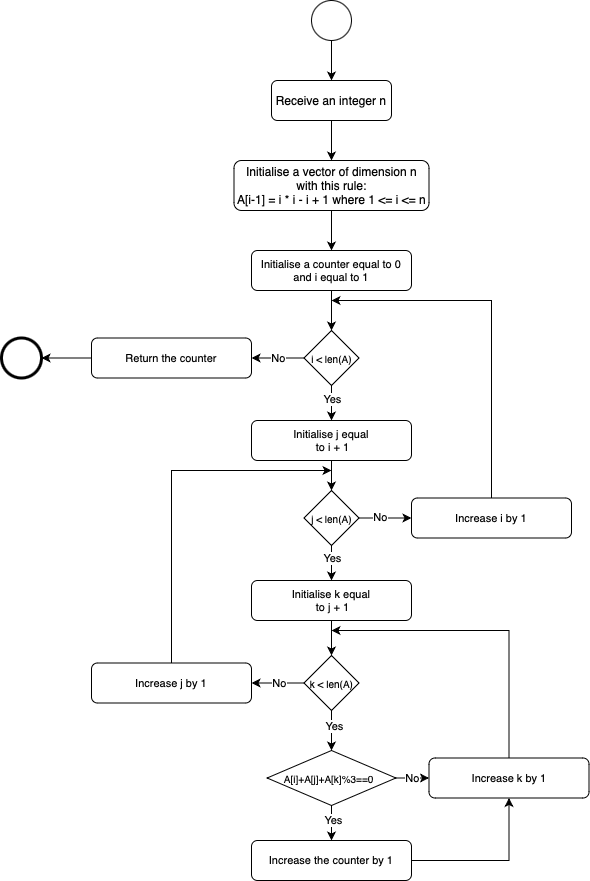
Above: data/human_eval/p147/bpmn/l3.drawio.png in carlodenardin/svlm (draw.io), before the change. Source tidied: cells renumbered, new cells last; positions are measured from the earlier drawing's top-left corner, leaving out a move shared by most shapes. Source of this version:
```xml
<mxGraphModel background="#ffffff">
  <root>
    <mxCell id="0" />
    <mxCell id="1" parent="0" />
    <mxCell id="2" style="edgeStyle=orthogonalEdgeStyle;rounded=0;jettySize=auto;html=1;exitX=0.5;exitY=1;exitDx=0;exitDy=0;entryX=0.5;entryY=0;entryDx=0;entryDy=0;" parent="1" edge="1" source="3" target="5">
      <mxGeometry relative="1" as="geometry" />
    </mxCell>
    <mxCell id="3" style="ellipse;whiteSpace=wrap;html=1;" parent="1" vertex="1">
      <mxGeometry x="310" width="40" height="40" as="geometry" />
    </mxCell>
    <mxCell id="4" style="edgeStyle=orthogonalEdgeStyle;rounded=0;jettySize=auto;html=1;exitX=0.5;exitY=1;exitDx=0;exitDy=0;entryX=0.5;entryY=0;entryDx=0;entryDy=0;" parent="1" edge="1" source="5" target="7">
      <mxGeometry relative="1" as="geometry" />
    </mxCell>
    <mxCell id="5" value="Receive an integer n" style="rounded=1;whiteSpace=wrap;html=1;" parent="1" vertex="1">
      <mxGeometry x="270" y="80" width="120" height="40" as="geometry" />
    </mxCell>
    <mxCell id="6" style="edgeStyle=orthogonalEdgeStyle;rounded=0;jettySize=auto;html=1;exitX=0.5;exitY=1;exitDx=0;exitDy=0;entryX=0.5;entryY=0;entryDx=0;entryDy=0;" parent="1" edge="1" source="7" target="9">
      <mxGeometry relative="1" as="geometry" />
    </mxCell>
    <mxCell id="7" value="Initialise a vector of dimension n with this rule:&lt;div&gt;A[i-1] = i * i - i + 1 where 1 &amp;lt;= i &amp;lt;= n&lt;/div&gt;" style="rounded=1;whiteSpace=wrap;html=1;" parent="1" vertex="1">
      <mxGeometry x="232.5" y="160" width="195" height="50" as="geometry" />
    </mxCell>
    <mxCell id="8" style="edgeStyle=orthogonalEdgeStyle;rounded=0;jettySize=auto;html=1;exitX=0.5;exitY=1;exitDx=0;exitDy=0;entryX=0.5;entryY=0;entryDx=0;entryDy=0;" parent="1" edge="1" source="9" target="16">
      <mxGeometry relative="1" as="geometry" />
    </mxCell>
    <mxCell id="9" value="Initialise a counter equal to 0 and i equal to 1" style="rounded=1;whiteSpace=wrap;html=1;fontSize=11;" parent="1" vertex="1">
      <mxGeometry x="250" y="250" width="160" height="40" as="geometry" />
    </mxCell>
    <mxCell id="10" style="ellipse;whiteSpace=wrap;html=1;strokeWidth=3;" parent="1" vertex="1">
      <mxGeometry y="337.5" width="40" height="40" as="geometry" />
    </mxCell>
    <mxCell id="11" style="edgeStyle=orthogonalEdgeStyle;rounded=0;jettySize=auto;html=1;exitX=0.5;exitY=1;exitDx=0;exitDy=0;entryX=0.5;entryY=0;entryDx=0;entryDy=0;" parent="1" edge="1" source="12" target="21">
      <mxGeometry relative="1" as="geometry" />
    </mxCell>
    <mxCell id="12" value="Initialise j equal&lt;div&gt;&amp;nbsp;to i + 1&lt;/div&gt;" style="rounded=1;whiteSpace=wrap;html=1;fontSize=11;" parent="1" vertex="1">
      <mxGeometry x="250" y="420" width="160" height="40" as="geometry" />
    </mxCell>
    <mxCell id="13" value="No" style="edgeStyle=orthogonalEdgeStyle;rounded=0;jettySize=auto;html=1;exitX=0;exitY=0.5;exitDx=0;exitDy=0;entryX=1;entryY=0.5;entryDx=0;entryDy=0;" parent="1" edge="1" source="16" target="23">
      <mxGeometry relative="1" as="geometry" />
    </mxCell>
    <mxCell id="14" style="edgeStyle=orthogonalEdgeStyle;rounded=0;jettySize=auto;html=1;exitX=0.5;exitY=1;exitDx=0;exitDy=0;entryX=0.5;entryY=0;entryDx=0;entryDy=0;" parent="1" edge="1" source="16" target="12">
      <mxGeometry relative="1" as="geometry" />
    </mxCell>
    <mxCell id="15" value="Yes" style="edgeLabel;html=1;align=center;verticalAlign=middle;" parent="14" vertex="1">
      <mxGeometry x="-0.26" relative="1" as="geometry" />
    </mxCell>
    <mxCell id="16" value="i &amp;lt; len(A)" style="rhombus;whiteSpace=wrap;html=1;fontSize=10;" parent="1" vertex="1">
      <mxGeometry x="302.5" y="330" width="55" height="55" as="geometry" />
    </mxCell>
    <mxCell id="17" style="edgeStyle=orthogonalEdgeStyle;rounded=0;jettySize=auto;html=1;exitX=0.5;exitY=1;exitDx=0;exitDy=0;entryX=0.5;entryY=0;entryDx=0;entryDy=0;" parent="1" edge="1" source="21" target="27">
      <mxGeometry relative="1" as="geometry" />
    </mxCell>
    <mxCell id="18" value="Yes" style="edgeLabel;html=1;align=center;verticalAlign=middle;" parent="17" vertex="1">
      <mxGeometry x="-0.3" relative="1" as="geometry" />
    </mxCell>
    <mxCell id="19" style="edgeStyle=orthogonalEdgeStyle;rounded=0;jettySize=auto;html=1;exitX=1;exitY=0.5;exitDx=0;exitDy=0;entryX=0;entryY=0.5;entryDx=0;entryDy=0;" parent="1" edge="1" source="21" target="25">
      <mxGeometry relative="1" as="geometry" />
    </mxCell>
    <mxCell id="20" value="No" style="edgeLabel;html=1;align=center;verticalAlign=middle;" parent="19" vertex="1">
      <mxGeometry x="-0.19" relative="1" as="geometry">
        <mxPoint y="-1" as="offset" />
      </mxGeometry>
    </mxCell>
    <mxCell id="21" value="j &amp;lt; len(A)" style="rhombus;whiteSpace=wrap;html=1;fontSize=10;" parent="1" vertex="1">
      <mxGeometry x="302.5" y="490" width="55" height="55" as="geometry" />
    </mxCell>
    <mxCell id="22" style="edgeStyle=orthogonalEdgeStyle;rounded=0;jettySize=auto;html=1;exitX=0;exitY=0.5;exitDx=0;exitDy=0;entryX=1;entryY=0.5;entryDx=0;entryDy=0;" parent="1" edge="1" source="23" target="10">
      <mxGeometry relative="1" as="geometry" />
    </mxCell>
    <mxCell id="23" value="Return the counter" style="rounded=1;whiteSpace=wrap;html=1;fontSize=11;" parent="1" vertex="1">
      <mxGeometry x="90" y="337.5" width="160" height="40" as="geometry" />
    </mxCell>
    <mxCell id="24" style="edgeStyle=orthogonalEdgeStyle;rounded=0;jettySize=auto;html=1;exitX=0.5;exitY=0;exitDx=0;exitDy=0;" parent="1" edge="1" source="25">
      <mxGeometry relative="1" as="geometry">
        <mxPoint x="330" y="300" as="targetPoint" />
        <Array as="points">
          <mxPoint x="490" y="300" />
        </Array>
      </mxGeometry>
    </mxCell>
    <mxCell id="25" value="Increase i by 1" style="rounded=1;whiteSpace=wrap;html=1;fontSize=11;" parent="1" vertex="1">
      <mxGeometry x="410" y="497.5" width="160" height="40" as="geometry" />
    </mxCell>
    <mxCell id="26" style="edgeStyle=orthogonalEdgeStyle;rounded=0;jettySize=auto;html=1;exitX=0.5;exitY=1;exitDx=0;exitDy=0;entryX=0.5;entryY=0;entryDx=0;entryDy=0;" parent="1" edge="1" source="27" target="32">
      <mxGeometry relative="1" as="geometry" />
    </mxCell>
    <mxCell id="27" value="Initialise k equal&lt;div&gt;&amp;nbsp;to j + 1&lt;/div&gt;" style="rounded=1;whiteSpace=wrap;html=1;fontSize=11;" parent="1" vertex="1">
      <mxGeometry x="250" y="580" width="160" height="40" as="geometry" />
    </mxCell>
    <mxCell id="28" style="edgeStyle=orthogonalEdgeStyle;rounded=0;jettySize=auto;html=1;exitX=0;exitY=0.5;exitDx=0;exitDy=0;entryX=1;entryY=0.5;entryDx=0;entryDy=0;" parent="1" edge="1" source="32" target="34">
      <mxGeometry relative="1" as="geometry" />
    </mxCell>
    <mxCell id="29" value="No" style="edgeLabel;html=1;align=center;verticalAlign=middle;" parent="28" vertex="1">
      <mxGeometry x="0.11" y="1" relative="1" as="geometry">
        <mxPoint x="4" y="-1" as="offset" />
      </mxGeometry>
    </mxCell>
    <mxCell id="30" style="edgeStyle=orthogonalEdgeStyle;rounded=0;jettySize=auto;html=1;exitX=0.5;exitY=1;exitDx=0;exitDy=0;entryX=0.5;entryY=0;entryDx=0;entryDy=0;" parent="1" edge="1" source="32" target="39">
      <mxGeometry relative="1" as="geometry" />
    </mxCell>
    <mxCell id="31" value="Yes" style="edgeLabel;html=1;align=center;verticalAlign=middle;" parent="30" vertex="1">
      <mxGeometry x="-0.19" y="2" relative="1" as="geometry" />
    </mxCell>
    <mxCell id="32" value="k &amp;lt; len(A)" style="rhombus;whiteSpace=wrap;html=1;fontSize=10;" parent="1" vertex="1">
      <mxGeometry x="302.5" y="655" width="55" height="55" as="geometry" />
    </mxCell>
    <mxCell id="33" style="edgeStyle=orthogonalEdgeStyle;rounded=0;jettySize=auto;html=1;exitX=0.5;exitY=0;exitDx=0;exitDy=0;" parent="1" edge="1" source="34">
      <mxGeometry relative="1" as="geometry">
        <mxPoint x="330" y="470" as="targetPoint" />
        <Array as="points">
          <mxPoint x="170" y="470" />
        </Array>
      </mxGeometry>
    </mxCell>
    <mxCell id="34" value="Increase j by 1" style="rounded=1;whiteSpace=wrap;html=1;fontSize=11;" parent="1" vertex="1">
      <mxGeometry x="90" y="662.5" width="160" height="40" as="geometry" />
    </mxCell>
    <mxCell id="35" style="edgeStyle=orthogonalEdgeStyle;rounded=0;jettySize=auto;html=1;exitX=0.5;exitY=1;exitDx=0;exitDy=0;entryX=0.5;entryY=0;entryDx=0;entryDy=0;" parent="1" edge="1" source="39" target="41">
      <mxGeometry relative="1" as="geometry" />
    </mxCell>
    <mxCell id="36" value="Yes" style="edgeLabel;html=1;align=center;verticalAlign=middle;" parent="35" vertex="1">
      <mxGeometry x="-0.18" y="1" relative="1" as="geometry" />
    </mxCell>
    <mxCell id="37" style="edgeStyle=orthogonalEdgeStyle;rounded=0;jettySize=auto;html=1;exitX=1;exitY=0.5;exitDx=0;exitDy=0;entryX=0;entryY=0.5;entryDx=0;entryDy=0;" parent="1" edge="1" source="39" target="43">
      <mxGeometry relative="1" as="geometry" />
    </mxCell>
    <mxCell id="38" value="No" style="edgeLabel;html=1;align=center;verticalAlign=middle;" parent="37" vertex="1">
      <mxGeometry x="-0.02" relative="1" as="geometry" />
    </mxCell>
    <mxCell id="39" value="A[i]+A[j]+A[k]%3==0 &amp;nbsp;" style="rhombus;whiteSpace=wrap;html=1;fontSize=10;" parent="1" vertex="1">
      <mxGeometry x="265.6" y="750" width="128.8" height="55" as="geometry" />
    </mxCell>
    <mxCell id="40" style="edgeStyle=orthogonalEdgeStyle;rounded=0;jettySize=auto;html=1;exitX=1;exitY=0.5;exitDx=0;exitDy=0;entryX=0.5;entryY=1;entryDx=0;entryDy=0;" parent="1" edge="1" source="41" target="43">
      <mxGeometry relative="1" as="geometry" />
    </mxCell>
    <mxCell id="41" value="Increase the counter by 1" style="rounded=1;whiteSpace=wrap;html=1;fontSize=11;" parent="1" vertex="1">
      <mxGeometry x="250" y="840" width="160" height="40" as="geometry" />
    </mxCell>
    <mxCell id="42" style="edgeStyle=orthogonalEdgeStyle;rounded=0;jettySize=auto;html=1;exitX=0.5;exitY=0;exitDx=0;exitDy=0;" parent="1" edge="1" source="43">
      <mxGeometry relative="1" as="geometry">
        <mxPoint x="330" y="630" as="targetPoint" />
        <Array as="points">
          <mxPoint x="508" y="630" />
        </Array>
      </mxGeometry>
    </mxCell>
    <mxCell id="43" value="Increase k by 1" style="rounded=1;whiteSpace=wrap;html=1;fontSize=11;" parent="1" vertex="1">
      <mxGeometry x="427.5" y="757.5" width="160" height="40" as="geometry" />
    </mxCell>
  </root>
</mxGraphModel>
```
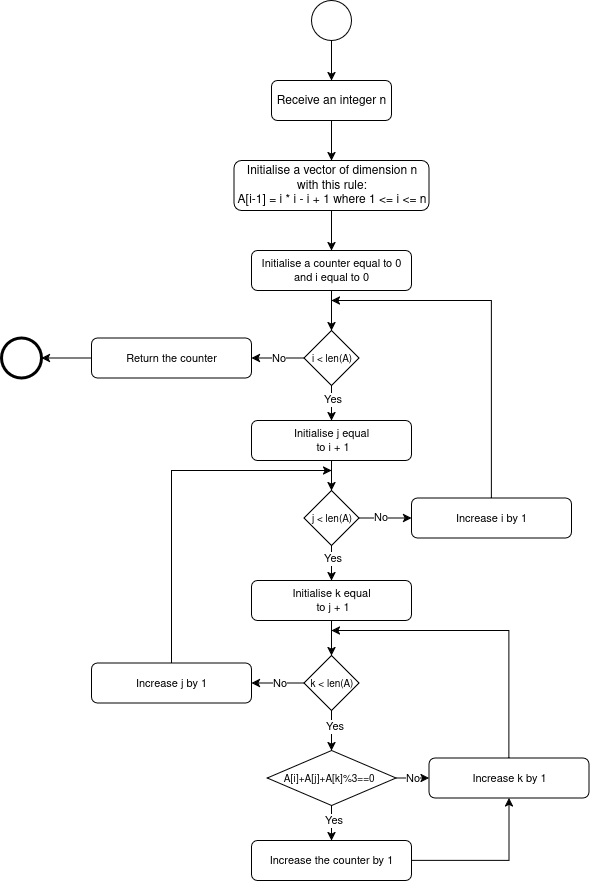
The same diagram one commit later.

The edit, as a diff of the source:
```diff
@@ -2,6 +2,21 @@
   <root>
     <mxCell id="0" />
     <mxCell id="1" parent="0" />
+    <mxCell id="44" style="edgeStyle=orthogonalEdgeStyle;rounded=0;orthogonalLoop=1;jettySize=auto;html=1;" parent="1" edge="1">
+      <mxGeometry relative="1" as="geometry">
+        <mxPoint x="310" y="70" as="targetPoint" />
+      </mxGeometry>
+    </mxCell>
+    <mxCell id="45" style="edgeStyle=orthogonalEdgeStyle;rounded=0;orthogonalLoop=1;jettySize=auto;html=1;" parent="1" edge="1">
+      <mxGeometry relative="1" as="geometry">
+        <mxPoint x="310" y="70" as="targetPoint" />
+      </mxGeometry>
+    </mxCell>
+    <mxCell id="46" style="edgeStyle=orthogonalEdgeStyle;rounded=0;orthogonalLoop=1;jettySize=auto;html=1;" parent="1" edge="1">
+      <mxGeometry relative="1" as="geometry">
+        <mxPoint x="310" y="70" as="targetPoint" />
+      </mxGeometry>
+    </mxCell>
     <mxCell id="2" style="edgeStyle=orthogonalEdgeStyle;rounded=0;jettySize=auto;html=1;exitX=0.5;exitY=1;exitDx=0;exitDy=0;entryX=0.5;entryY=0;entryDx=0;entryDy=0;" parent="1" edge="1" source="3" target="5">
       <mxGeometry relative="1" as="geometry" />
     </mxCell>
@@ -14,18 +29,18 @@
     <mxCell id="5" value="Receive an integer n" style="rounded=1;whiteSpace=wrap;html=1;" parent="1" vertex="1">
       <mxGeometry x="270" y="80" width="120" height="40" as="geometry" />
     </mxCell>
-    <mxCell id="6" style="edgeStyle=orthogonalEdgeStyle;rounded=0;jettySize=auto;html=1;exitX=0.5;exitY=1;exitDx=0;exitDy=0;entryX=0.5;entryY=0;entryDx=0;entryDy=0;" parent="1" edge="1" source="7" target="9">
-      <mxGeometry relative="1" as="geometry" />
-    </mxCell>
+    <mxCell id="47" style="edgeStyle=orthogonalEdgeStyle;rounded=0;jettySize=auto;html=1;exitX=0.5;exitY=1;exitDx=0;exitDy=0;entryX=0.5;entryY=0;entryDx=0;entryDy=0;" parent="1" edge="1" source="7" target="49">
+      <mxGeometry relative="1" as="geometry" />
+    </mxCell>
     <mxCell id="7" value="Initialise a vector of dimension n with this rule:&lt;div&gt;A[i-1] = i * i - i + 1 where 1 &amp;lt;= i &amp;lt;= n&lt;/div&gt;" style="rounded=1;whiteSpace=wrap;html=1;" parent="1" vertex="1">
       <mxGeometry x="232.5" y="160" width="195" height="50" as="geometry" />
     </mxCell>
-    <mxCell id="8" style="edgeStyle=orthogonalEdgeStyle;rounded=0;jettySize=auto;html=1;exitX=0.5;exitY=1;exitDx=0;exitDy=0;entryX=0.5;entryY=0;entryDx=0;entryDy=0;" parent="1" edge="1" source="9" target="16">
-      <mxGeometry relative="1" as="geometry" />
-    </mxCell>
-    <mxCell id="9" value="Initialise a counter equal to 0 and i equal to 1" style="rounded=1;whiteSpace=wrap;html=1;fontSize=11;" parent="1" vertex="1">
-      <mxGeometry x="250" y="250" width="160" height="40" as="geometry" />
-    </mxCell>
+    <mxCell id="48" style="edgeStyle=orthogonalEdgeStyle;rounded=0;jettySize=auto;html=1;exitX=0.5;exitY=1;exitDx=0;exitDy=0;entryX=0.5;entryY=0;entryDx=0;entryDy=0;" parent="1" edge="1" source="49" target="16">
+      <mxGeometry relative="1" as="geometry" />
+    </mxCell>
+    <mxCell id="49" value="Initialise a counter equal to 0 and i equal to 0" style="rounded=1;whiteSpace=wrap;html=1;fontSize=11;" parent="1" vertex="1">
+      <mxGeometry x="250" y="250" width="160" height="40" as="geometry" />
+    </mxCell>
     <mxCell id="10" style="ellipse;whiteSpace=wrap;html=1;strokeWidth=3;" parent="1" vertex="1">
       <mxGeometry y="337.5" width="40" height="40" as="geometry" />
     </mxCell>
@@ -41,26 +56,26 @@
     <mxCell id="14" style="edgeStyle=orthogonalEdgeStyle;rounded=0;jettySize=auto;html=1;exitX=0.5;exitY=1;exitDx=0;exitDy=0;entryX=0.5;entryY=0;entryDx=0;entryDy=0;" parent="1" edge="1" source="16" target="12">
       <mxGeometry relative="1" as="geometry" />
     </mxCell>
-    <mxCell id="15" value="Yes" style="edgeLabel;html=1;align=center;verticalAlign=middle;" parent="14" vertex="1">
-      <mxGeometry x="-0.26" relative="1" as="geometry" />
-    </mxCell>
+    <mxCell id="50" value="Yes" style="edgeLabel;html=1;align=center;verticalAlign=middle;" parent="14" vertex="1">
+      <mxGeometry x="-0.26" relative="1" as="geometry" />
+    </mxCell>
     <mxCell id="16" value="i &amp;lt; len(A)" style="rhombus;whiteSpace=wrap;html=1;fontSize=10;" parent="1" vertex="1">
       <mxGeometry x="302.5" y="330" width="55" height="55" as="geometry" />
     </mxCell>
     <mxCell id="17" style="edgeStyle=orthogonalEdgeStyle;rounded=0;jettySize=auto;html=1;exitX=0.5;exitY=1;exitDx=0;exitDy=0;entryX=0.5;entryY=0;entryDx=0;entryDy=0;" parent="1" edge="1" source="21" target="27">
       <mxGeometry relative="1" as="geometry" />
     </mxCell>
-    <mxCell id="18" value="Yes" style="edgeLabel;html=1;align=center;verticalAlign=middle;" parent="17" vertex="1">
-      <mxGeometry x="-0.3" relative="1" as="geometry" />
-    </mxCell>
+    <mxCell id="51" value="Yes" style="edgeLabel;html=1;align=center;verticalAlign=middle;" parent="17" vertex="1">
+      <mxGeometry x="-0.3" relative="1" as="geometry" />
+    </mxCell>
     <mxCell id="19" style="edgeStyle=orthogonalEdgeStyle;rounded=0;jettySize=auto;html=1;exitX=1;exitY=0.5;exitDx=0;exitDy=0;entryX=0;entryY=0.5;entryDx=0;entryDy=0;" parent="1" edge="1" source="21" target="25">
       <mxGeometry relative="1" as="geometry" />
     </mxCell>
-    <mxCell id="20" value="No" style="edgeLabel;html=1;align=center;verticalAlign=middle;" parent="19" vertex="1">
-      <mxGeometry x="-0.19" relative="1" as="geometry">
-        <mxPoint y="-1" as="offset" />
-      </mxGeometry>
-    </mxCell>
+    <mxCell id="52" value="No" style="edgeLabel;html=1;align=center;verticalAlign=middle;" parent="19" vertex="1">
+      <mxGeometry x="-0.19" relative="1" as="geometry">
+        <mxPoint y="-1" as="offset" />
+      </mxGeometry>
+    </mxCell>
     <mxCell id="21" value="j &amp;lt; len(A)" style="rhombus;whiteSpace=wrap;html=1;fontSize=10;" parent="1" vertex="1">
       <mxGeometry x="302.5" y="490" width="55" height="55" as="geometry" />
     </mxCell>
@@ -70,14 +85,14 @@
     <mxCell id="23" value="Return the counter" style="rounded=1;whiteSpace=wrap;html=1;fontSize=11;" parent="1" vertex="1">
       <mxGeometry x="90" y="337.5" width="160" height="40" as="geometry" />
     </mxCell>
-    <mxCell id="24" style="edgeStyle=orthogonalEdgeStyle;rounded=0;jettySize=auto;html=1;exitX=0.5;exitY=0;exitDx=0;exitDy=0;" parent="1" edge="1" source="25">
-      <mxGeometry relative="1" as="geometry">
-        <mxPoint x="330" y="300" as="targetPoint" />
-        <Array as="points">
-          <mxPoint x="490" y="300" />
-        </Array>
-      </mxGeometry>
-    </mxCell>
+    <mxCell id="53" style="edgeStyle=orthogonalEdgeStyle;rounded=0;jettySize=auto;html=1;exitX=0.5;exitY=0;exitDx=0;exitDy=0;" parent="1" edge="1" source="25">
+      <mxGeometry relative="1" as="geometry">
+        <mxPoint x="330" y="300" as="targetPoint" />
+        <Array as="points">
+          <mxPoint x="490" y="300" />
+        </Array>
+      </mxGeometry>
+    </mxCell>
     <mxCell id="25" value="Increase i by 1" style="rounded=1;whiteSpace=wrap;html=1;fontSize=11;" parent="1" vertex="1">
       <mxGeometry x="410" y="497.5" width="160" height="40" as="geometry" />
     </mxCell>
@@ -90,43 +105,43 @@
     <mxCell id="28" style="edgeStyle=orthogonalEdgeStyle;rounded=0;jettySize=auto;html=1;exitX=0;exitY=0.5;exitDx=0;exitDy=0;entryX=1;entryY=0.5;entryDx=0;entryDy=0;" parent="1" edge="1" source="32" target="34">
       <mxGeometry relative="1" as="geometry" />
     </mxCell>
-    <mxCell id="29" value="No" style="edgeLabel;html=1;align=center;verticalAlign=middle;" parent="28" vertex="1">
-      <mxGeometry x="0.11" y="1" relative="1" as="geometry">
-        <mxPoint x="4" y="-1" as="offset" />
-      </mxGeometry>
-    </mxCell>
+    <mxCell id="54" value="No" style="edgeLabel;html=1;align=center;verticalAlign=middle;" parent="28" vertex="1">
+      <mxGeometry x="0.11" y="1" relative="1" as="geometry">
+        <mxPoint x="4" y="-1" as="offset" />
+      </mxGeometry>
+    </mxCell>
     <mxCell id="30" style="edgeStyle=orthogonalEdgeStyle;rounded=0;jettySize=auto;html=1;exitX=0.5;exitY=1;exitDx=0;exitDy=0;entryX=0.5;entryY=0;entryDx=0;entryDy=0;" parent="1" edge="1" source="32" target="39">
       <mxGeometry relative="1" as="geometry" />
     </mxCell>
-    <mxCell id="31" value="Yes" style="edgeLabel;html=1;align=center;verticalAlign=middle;" parent="30" vertex="1">
-      <mxGeometry x="-0.19" y="2" relative="1" as="geometry" />
-    </mxCell>
+    <mxCell id="55" value="Yes" style="edgeLabel;html=1;align=center;verticalAlign=middle;" parent="30" vertex="1">
+      <mxGeometry x="-0.19" y="2" relative="1" as="geometry" />
+    </mxCell>
     <mxCell id="32" value="k &amp;lt; len(A)" style="rhombus;whiteSpace=wrap;html=1;fontSize=10;" parent="1" vertex="1">
       <mxGeometry x="302.5" y="655" width="55" height="55" as="geometry" />
     </mxCell>
-    <mxCell id="33" style="edgeStyle=orthogonalEdgeStyle;rounded=0;jettySize=auto;html=1;exitX=0.5;exitY=0;exitDx=0;exitDy=0;" parent="1" edge="1" source="34">
-      <mxGeometry relative="1" as="geometry">
-        <mxPoint x="330" y="470" as="targetPoint" />
-        <Array as="points">
-          <mxPoint x="170" y="470" />
-        </Array>
-      </mxGeometry>
-    </mxCell>
+    <mxCell id="56" style="edgeStyle=orthogonalEdgeStyle;rounded=0;jettySize=auto;html=1;exitX=0.5;exitY=0;exitDx=0;exitDy=0;" parent="1" edge="1" source="34">
+      <mxGeometry relative="1" as="geometry">
+        <mxPoint x="330" y="470" as="targetPoint" />
+        <Array as="points">
+          <mxPoint x="170" y="470" />
+        </Array>
+      </mxGeometry>
+    </mxCell>
     <mxCell id="34" value="Increase j by 1" style="rounded=1;whiteSpace=wrap;html=1;fontSize=11;" parent="1" vertex="1">
       <mxGeometry x="90" y="662.5" width="160" height="40" as="geometry" />
     </mxCell>
     <mxCell id="35" style="edgeStyle=orthogonalEdgeStyle;rounded=0;jettySize=auto;html=1;exitX=0.5;exitY=1;exitDx=0;exitDy=0;entryX=0.5;entryY=0;entryDx=0;entryDy=0;" parent="1" edge="1" source="39" target="41">
       <mxGeometry relative="1" as="geometry" />
     </mxCell>
-    <mxCell id="36" value="Yes" style="edgeLabel;html=1;align=center;verticalAlign=middle;" parent="35" vertex="1">
-      <mxGeometry x="-0.18" y="1" relative="1" as="geometry" />
-    </mxCell>
+    <mxCell id="57" value="Yes" style="edgeLabel;html=1;align=center;verticalAlign=middle;" parent="35" vertex="1">
+      <mxGeometry x="-0.18" y="1" relative="1" as="geometry" />
+    </mxCell>
     <mxCell id="37" style="edgeStyle=orthogonalEdgeStyle;rounded=0;jettySize=auto;html=1;exitX=1;exitY=0.5;exitDx=0;exitDy=0;entryX=0;entryY=0.5;entryDx=0;entryDy=0;" parent="1" edge="1" source="39" target="43">
       <mxGeometry relative="1" as="geometry" />
     </mxCell>
-    <mxCell id="38" value="No" style="edgeLabel;html=1;align=center;verticalAlign=middle;" parent="37" vertex="1">
-      <mxGeometry x="-0.02" relative="1" as="geometry" />
-    </mxCell>
+    <mxCell id="58" value="No" style="edgeLabel;html=1;align=center;verticalAlign=middle;" parent="37" vertex="1">
+      <mxGeometry x="-0.02" relative="1" as="geometry" />
+    </mxCell>
     <mxCell id="39" value="A[i]+A[j]+A[k]%3==0 &amp;nbsp;" style="rhombus;whiteSpace=wrap;html=1;fontSize=10;" parent="1" vertex="1">
       <mxGeometry x="265.6" y="750" width="128.8" height="55" as="geometry" />
     </mxCell>
@@ -136,14 +151,14 @@
     <mxCell id="41" value="Increase the counter by 1" style="rounded=1;whiteSpace=wrap;html=1;fontSize=11;" parent="1" vertex="1">
       <mxGeometry x="250" y="840" width="160" height="40" as="geometry" />
     </mxCell>
-    <mxCell id="42" style="edgeStyle=orthogonalEdgeStyle;rounded=0;jettySize=auto;html=1;exitX=0.5;exitY=0;exitDx=0;exitDy=0;" parent="1" edge="1" source="43">
-      <mxGeometry relative="1" as="geometry">
-        <mxPoint x="330" y="630" as="targetPoint" />
-        <Array as="points">
-          <mxPoint x="508" y="630" />
-        </Array>
-      </mxGeometry>
-    </mxCell>
+    <mxCell id="59" style="edgeStyle=orthogonalEdgeStyle;rounded=0;jettySize=auto;html=1;exitX=0.5;exitY=0;exitDx=0;exitDy=0;" parent="1" edge="1" source="43">
+      <mxGeometry relative="1" as="geometry">
+        <mxPoint x="330" y="630" as="targetPoint" />
+        <Array as="points">
+          <mxPoint x="508" y="630" />
+        </Array>
+      </mxGeometry>
+    </mxCell>
     <mxCell id="43" value="Increase k by 1" style="rounded=1;whiteSpace=wrap;html=1;fontSize=11;" parent="1" vertex="1">
       <mxGeometry x="427.5" y="757.5" width="160" height="40" as="geometry" />
     </mxCell>
```
